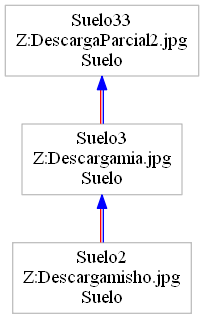
The Graphviz diagram objetos.png in ErickTejaxun/Practica1s22015_201213050, before a commit. Its source is kept beside it as objetos.dot.
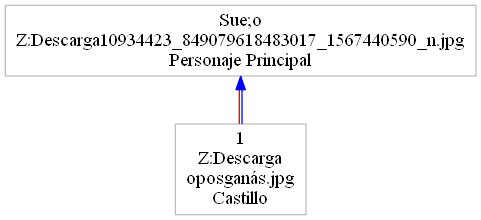
The same file after the commit.

The edit, as a diff of the source:
```diff
@@ -1,12 +1,7 @@
 digraph ColaAtencion {node [dir=both,shape=polygon, fontcolor="Black", height=0.5, color="Grey"]edge [color="blue", color="blue:red"]rankdir=BT
-"Suelo2
-Z:\Descarga\misho.jpg
-Suelo"-> "Suelo3
-Z:\Descarga\mia.jpg
-Suelo"
-"Suelo3
-Z:\Descarga\mia.jpg
-Suelo"-> "Suelo33
-Z:\Descarga\Parcial2.jpg
-Suelo"
+"1
+Z:\Descarga\noposganás.jpg
+Castillo"-> "Sue;o
+Z:\Descarga\10934423_849079618483017_1567440590_n.jpg
+Personaje Principal"
 }
```
